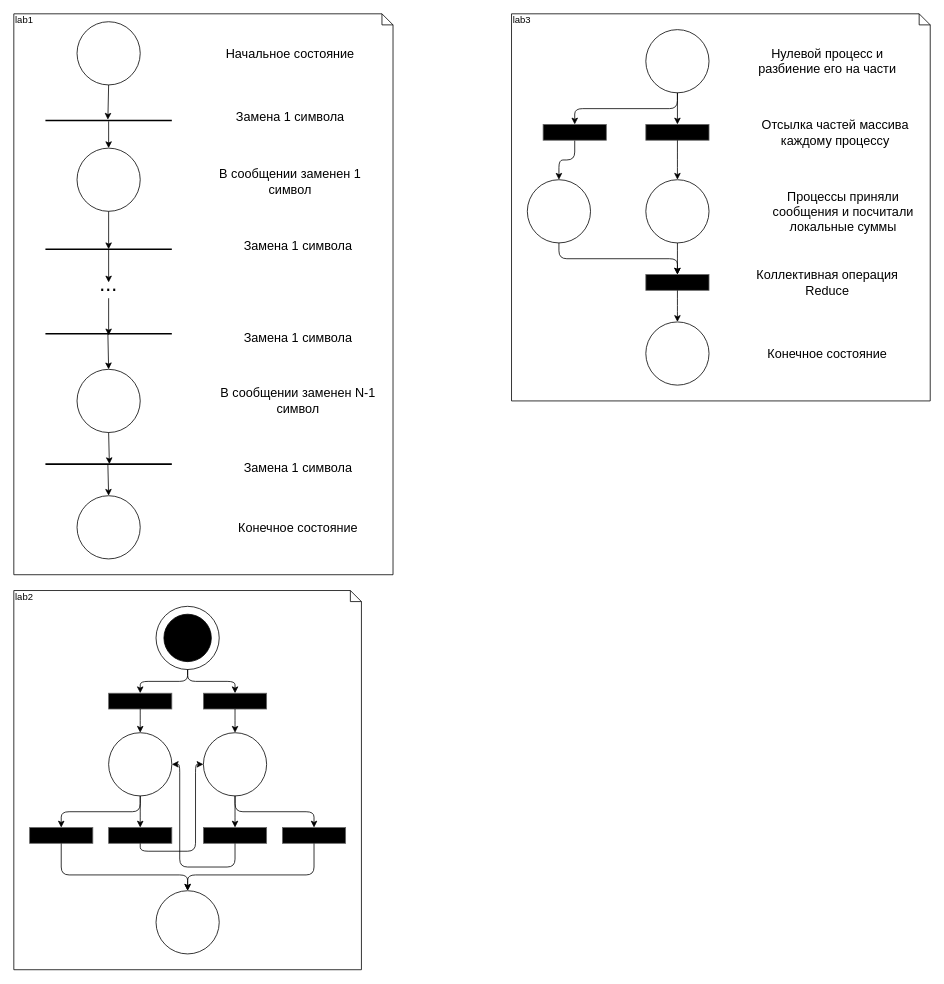
Before: ParallelLabs.drawio in Xtail96/LETI_PARALLEL_LABS, a draw.io diagram. Source tidied: cells renumbered, new cells numbered last; positions are measured from the earlier drawing's top-left corner, leaving out a move shared by most shapes. Both pictures are drawn from the tidied source at 79%, with x=0, y=0 at pixel (13, 13).
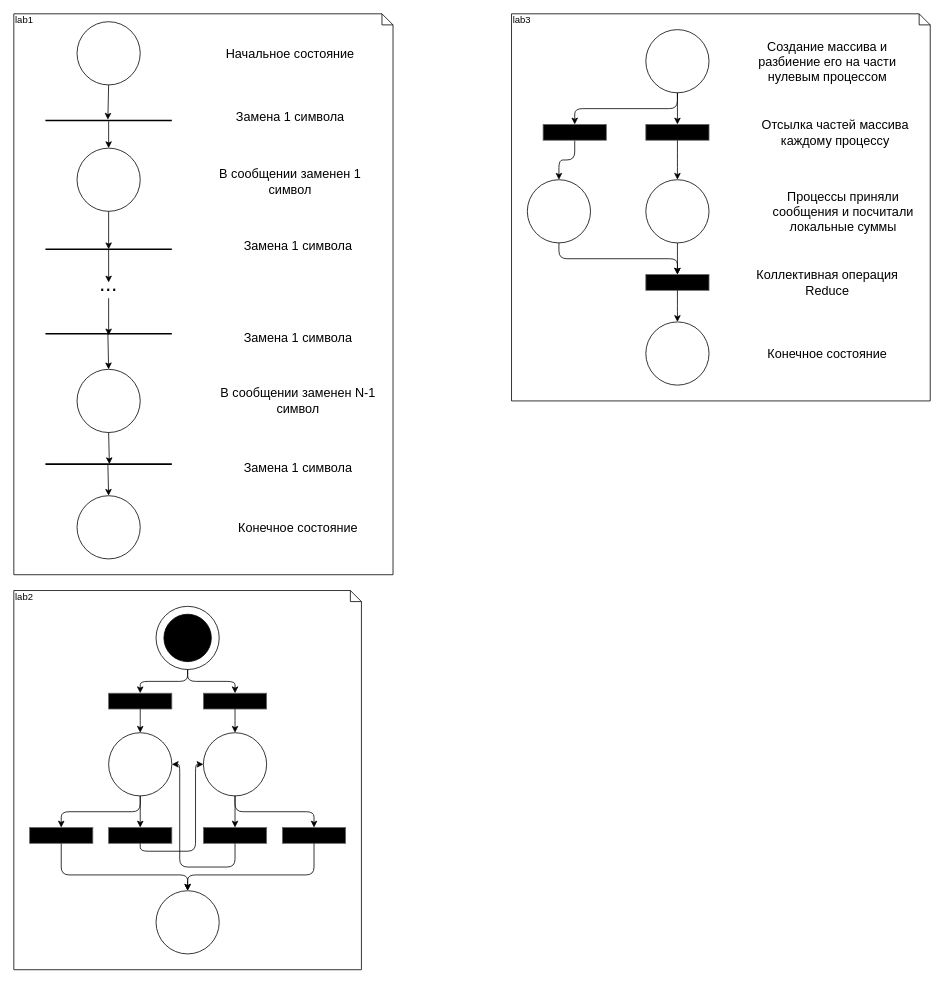
The same page after the edit.

Unchanged cells that the change refers to:
```xml
<mxCell id="55" style="group;" parent="54" vertex="1">
  <mxGeometry width="530" height="490" as="geometry" />
</mxCell>
```

What changed in the source:
```diff
@@
-    <mxCell id="69" value="&lt;span style=&quot;font-size: 16px&quot;&gt;Нулевой процесс и разбиение его на части&lt;/span&gt;" style="text;html=1;strokeColor=none;fillColor=none;align=center;verticalAlign=middle;whiteSpace=wrap;rounded=0;" parent="55" vertex="1">
+    <mxCell id="69" value="&lt;span style=&quot;font-size: 16px&quot;&gt;Создание массива и разбиение его на части н&lt;/span&gt;&lt;span style=&quot;font-size: 16px&quot;&gt;улевым процессом&lt;/span&gt;" style="text;html=1;strokeColor=none;fillColor=none;align=center;verticalAlign=middle;whiteSpace=wrap;rounded=0;" parent="55" vertex="1">
       <mxGeometry x="290" y="40" width="220" height="40" as="geometry" />
     </mxCell>
```
